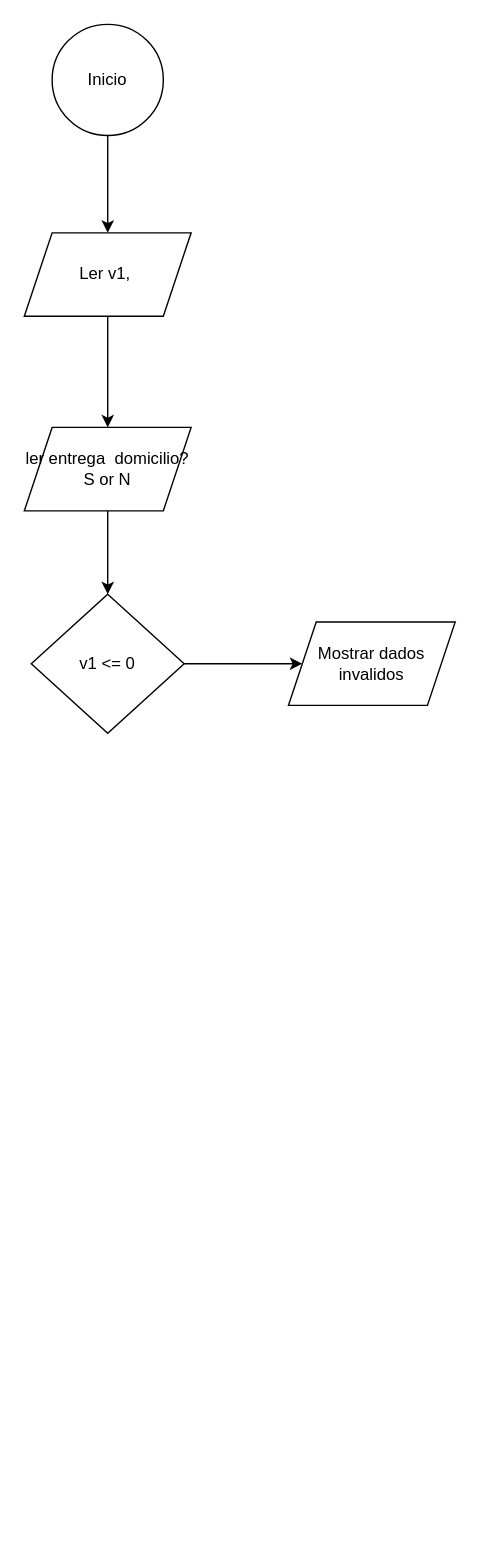
The draw.io diagram Fluxograma012.drawio in arnaldodev2/TLP, before the edit. Source tidied: cells renumbered, new cells numbered last; positions are measured from the earlier drawing's top-left corner, leaving out a move shared by most shapes. Both pictures are drawn from the tidied source at 139%, with x=0, y=0 at pixel (24, 24).
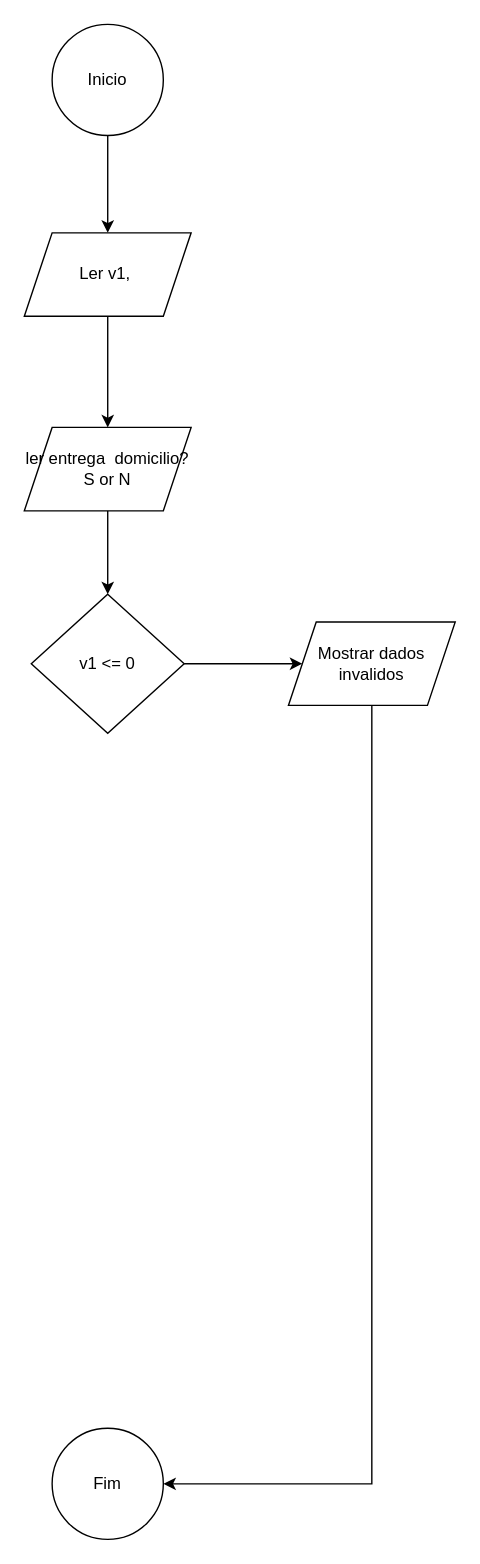
The same diagram, later.

Diff of the diagram source:
```diff
@@
 <mxGraphModel>
   <root>
     <mxCell id="0" />
     <mxCell id="1" parent="0" />
     <mxCell id="2" style="edgeStyle=orthogonalEdgeStyle;rounded=0;jettySize=auto;html=1;" parent="1" edge="1" source="3" target="5">
       <mxGeometry relative="1" as="geometry" />
     </mxCell>
     <mxCell id="3" value="Inicio" style="ellipse;whiteSpace=wrap;html=1;shapeInside=1;" parent="1" vertex="1">
       <mxGeometry x="20" width="80" height="80" as="geometry" />
     </mxCell>
     <mxCell id="4" style="edgeStyle=orthogonalEdgeStyle;rounded=0;jettySize=auto;html=1;" parent="1" edge="1" source="5" target="7">
       <mxGeometry relative="1" as="geometry" />
     </mxCell>
     <mxCell id="5" value="Ler v1,&amp;nbsp;" style="shape=parallelogram;perimeter=parallelogramPerimeter;whiteSpace=wrap;html=1;shapeInside=1;fixedSize=1;" parent="1" vertex="1">
       <mxGeometry y="150" width="120" height="60" as="geometry" />
     </mxCell>
     <mxCell id="6" style="edgeStyle=orthogonalEdgeStyle;rounded=0;jettySize=auto;html=1;" parent="1" edge="1" source="7" target="9">
       <mxGeometry relative="1" as="geometry" />
     </mxCell>
     <mxCell id="7" value="ler entrega&amp;nbsp; domicilio? S or N" style="shape=parallelogram;perimeter=parallelogramPerimeter;whiteSpace=wrap;html=1;shapeInside=1;fixedSize=1;" parent="1" vertex="1">
       <mxGeometry y="290" width="120" height="60" as="geometry" />
     </mxCell>
     <mxCell id="8" style="edgeStyle=orthogonalEdgeStyle;rounded=0;jettySize=auto;html=1;" parent="1" edge="1" source="9" target="10">
       <mxGeometry relative="1" as="geometry" />
     </mxCell>
     <mxCell id="9" value="v1 &amp;lt;= 0" style="rhombus;whiteSpace=wrap;html=1;shapeInside=1;" parent="1" vertex="1">
       <mxGeometry x="5" y="410" width="110" height="100" as="geometry" />
     </mxCell>
+    <mxCell id="11" style="edgeStyle=orthogonalEdgeStyle;rounded=0;jettySize=auto;html=1;entryX=1;entryY=0.5;entryDx=0;entryDy=0;" parent="1" edge="1" source="10" target="12">
+      <mxGeometry relative="1" as="geometry">
+        <Array as="points">
+          <mxPoint x="250" y="1050" />
+        </Array>
+      </mxGeometry>
+    </mxCell>
     <mxCell id="10" value="Mostrar dados invalidos" style="shape=parallelogram;perimeter=parallelogramPerimeter;whiteSpace=wrap;html=1;shapeInside=1;fixedSize=1;" parent="1" vertex="1">
       <mxGeometry x="190" y="430" width="120" height="60" as="geometry" />
     </mxCell>
+    <mxCell id="12" value="Fim" style="ellipse;whiteSpace=wrap;html=1;shapeInside=1;" parent="1" vertex="1">
+      <mxGeometry x="20" y="1010" width="80" height="80" as="geometry" />
+    </mxCell>
   </root>
 </mxGraphModel>
```
